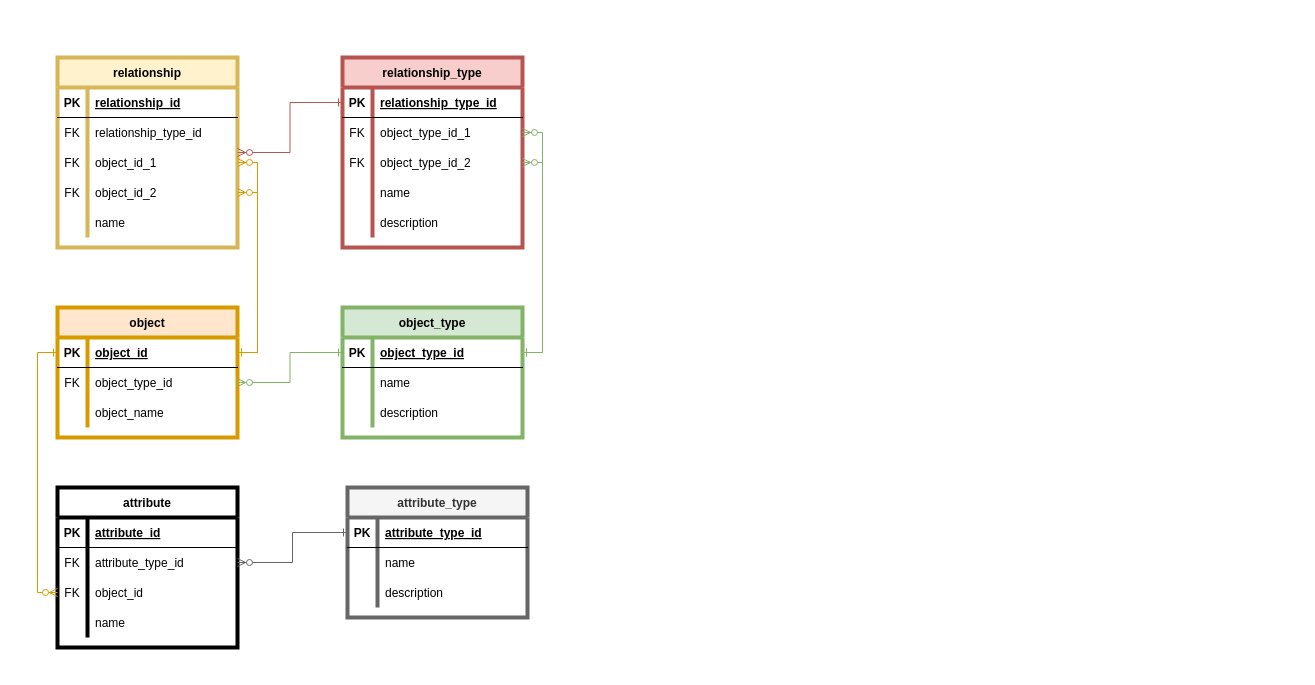
Before: erd.dio in William-Lake/Pectin, a draw.io diagram. Source tidied: cells renumbered, new cells numbered last; positions are measured from the earlier drawing's top-left corner, leaving out a move shared by most shapes. Both pictures are drawn from the tidied source at 100%, with x=0, y=0 at pixel (57, 57).
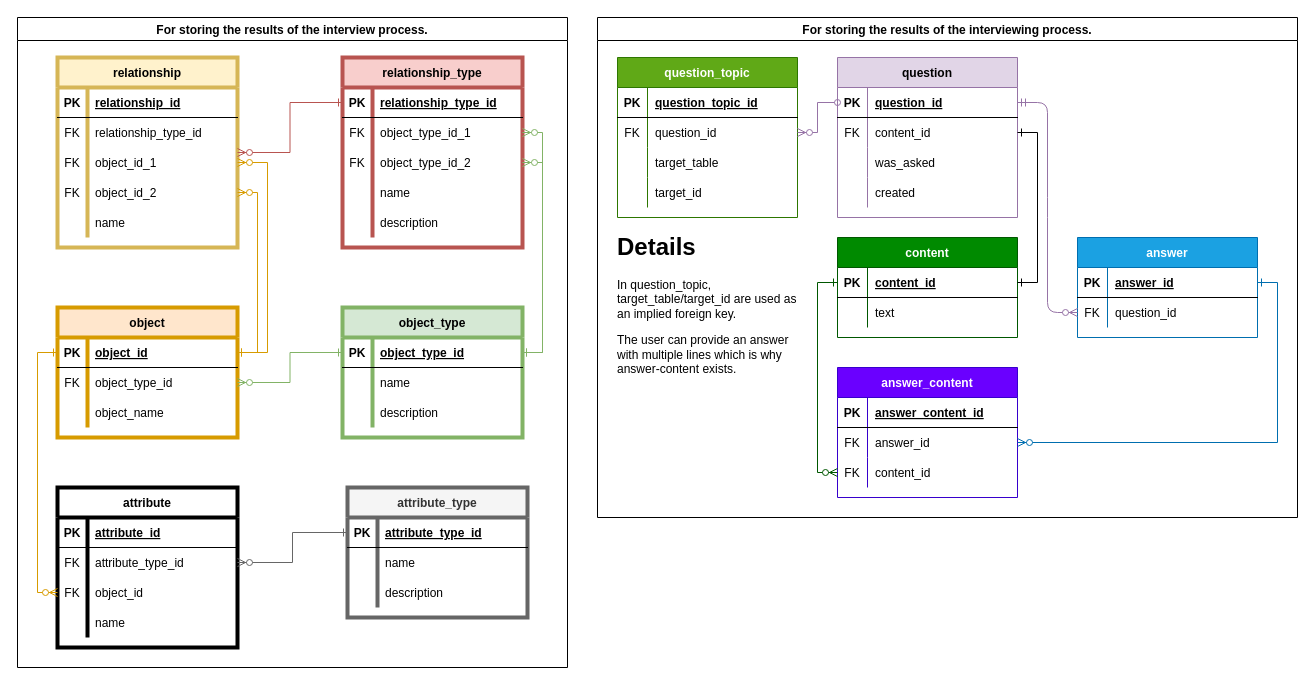
The same diagram, later.

The change refers to these unchanged cells:
```xml
<mxCell id="3" style="shape=partialRectangle;fillColor=none;top=0;left=0;bottom=1;right=0;points=[[0,0.5],[1,0.5]];portConstraint=eastwest;" parent="2" vertex="1">
  <mxGeometry y="30" width="180" height="30" as="geometry" />
</mxCell>
<mxCell id="55" style="shape=partialRectangle;fillColor=none;top=0;left=0;bottom=0;right=0;points=[[0,0.5],[1,0.5]];portConstraint=eastwest;" parent="48" vertex="1">
  <mxGeometry y="90" width="180" height="30" as="geometry" />
</mxCell>
```

Diff of the diagram source:
```diff
@@
+    <mxCell id="85" value="For storing the results of the interview process." style="swimlane;swimlaneFillColor=#ffffff;" parent="1" vertex="1">
+      <mxGeometry x="-40" y="-40" width="550" height="650" as="geometry" />
+    </mxCell>
+    <mxCell id="86" value="For storing the results of the interviewing process." style="swimlane;swimlaneFillColor=#ffffff;" parent="1" vertex="1">
+      <mxGeometry x="540" y="-40" width="700" height="500" as="geometry" />
+    </mxCell>
+    <mxCell id="87" value="&lt;h1&gt;Details&lt;/h1&gt;&lt;p&gt;In question_topic, target_table/target_id are used as an implied foreign key.&lt;/p&gt;&lt;p&gt;The user can provide an answer with multiple lines which is why answer-content exists.&lt;/p&gt;" style="text;html=1;strokeColor=none;fillColor=none;spacing=5;spacingTop=-20;whiteSpace=wrap;overflow=hidden;rounded=0;" parent="86" vertex="1">
+      <mxGeometry x="15" y="210" width="190" height="270" as="geometry" />
+    </mxCell>
@@
     <mxCell id="65" style="edgeStyle=orthogonalEdgeStyle;rounded=0;jettySize=auto;html=1;exitX=1;exitY=0.5;exitDx=0;exitDy=0;entryX=1;entryY=0.5;entryDx=0;entryDy=0;startArrow=ERone;startFill=0;endArrow=ERzeroToMany;endFill=1;strokeWidth=1;fillColor=#ffe6cc;strokeColor=#d79b00;" parent="1" edge="1" source="3" target="55">
-      <mxGeometry relative="1" as="geometry" />
+      <mxGeometry relative="1" as="geometry">
+        <Array as="points">
+          <mxPoint x="210" y="295" />
+          <mxPoint x="210" y="105" />
+        </Array>
+      </mxGeometry>
     </mxCell>
@@
+    <mxCell id="88" value="question" style="shape=table;startSize=30;childLayout=tableLayout;rowLines=0;fontStyle=1;align=center;fillColor=#e1d5e7;strokeColor=#9673a6;" parent="1" vertex="1">
+      <mxGeometry x="780" width="180" height="160" as="geometry" />
+    </mxCell>
+    <mxCell id="89" style="shape=partialRectangle;fillColor=none;top=0;left=0;bottom=1;right=0;points=[[0,0.5],[1,0.5]];portConstraint=eastwest;" parent="88" vertex="1">
+      <mxGeometry y="30" width="180" height="30" as="geometry" />
+    </mxCell>
+    <mxCell id="90" value="PK" style="shape=partialRectangle;fillColor=none;top=0;left=0;bottom=0;right=0;fontStyle=1;overflow=hidden;" parent="89" vertex="1">
+      <mxGeometry width="30" height="30" as="geometry" />
+    </mxCell>
+    <mxCell id="91" value="question_id" style="shape=partialRectangle;fillColor=none;top=0;left=0;bottom=0;right=0;align=left;spacingLeft=6;fontStyle=5;overflow=hidden;" parent="89" vertex="1">
+      <mxGeometry x="30" width="150" height="30" as="geometry" />
+    </mxCell>
+    <mxCell id="92" style="shape=partialRectangle;fillColor=none;top=0;left=0;bottom=0;right=0;points=[[0,0.5],[1,0.5]];portConstraint=eastwest;" parent="88" vertex="1">
+      <mxGeometry y="60" width="180" height="30" as="geometry" />
+    </mxCell>
+    <mxCell id="93" value="FK" style="shape=partialRectangle;fillColor=none;top=0;left=0;bottom=0;right=0;overflow=hidden;" parent="92" vertex="1">
+      <mxGeometry width="30" height="30" as="geometry" />
+    </mxCell>
+    <mxCell id="94" value="content_id" style="shape=partialRectangle;fillColor=none;top=0;left=0;bottom=0;right=0;align=left;spacingLeft=6;overflow=hidden;" parent="92" vertex="1">
+      <mxGeometry x="30" width="150" height="30" as="geometry" />
+    </mxCell>
+    <mxCell id="95" style="shape=partialRectangle;fillColor=none;top=0;left=0;bottom=0;right=0;" parent="88" vertex="1">
+      <mxGeometry y="90" width="180" height="30" as="geometry" />
+    </mxCell>
+    <mxCell id="96" style="shape=partialRectangle;fillColor=none;top=0;left=0;bottom=0;right=0;overflow=hidden;" parent="95" vertex="1">
+      <mxGeometry width="30" height="30" as="geometry" />
+    </mxCell>
+    <mxCell id="97" value="was_asked" style="shape=partialRectangle;fillColor=none;top=0;left=0;bottom=0;right=0;align=left;spacingLeft=6;overflow=hidden;" parent="95" vertex="1">
+      <mxGeometry x="30" width="150" height="30" as="geometry" />
+    </mxCell>
+    <mxCell id="98" style="shape=partialRectangle;fillColor=none;top=0;left=0;bottom=0;right=0;" parent="88" vertex="1">
+      <mxGeometry y="120" width="180" height="30" as="geometry" />
+    </mxCell>
+    <mxCell id="99" style="shape=partialRectangle;fillColor=none;top=0;left=0;bottom=0;right=0;overflow=hidden;" parent="98" vertex="1">
+      <mxGeometry width="30" height="30" as="geometry" />
+    </mxCell>
+    <mxCell id="100" value="created" style="shape=partialRectangle;fillColor=none;top=0;left=0;bottom=0;right=0;align=left;spacingLeft=6;overflow=hidden;" parent="98" vertex="1">
+      <mxGeometry x="30" width="150" height="30" as="geometry" />
+    </mxCell>
+    <mxCell id="101" value="question_topic" style="shape=table;startSize=30;childLayout=tableLayout;rowLines=0;fontStyle=1;align=center;fillColor=#60a917;strokeColor=#2D7600;fontColor=#ffffff;" parent="1" vertex="1">
+      <mxGeometry x="560" width="180" height="160" as="geometry" />
+    </mxCell>
+    <mxCell id="102" style="shape=partialRectangle;fillColor=none;top=0;left=0;bottom=1;right=0;" parent="101" vertex="1">
+      <mxGeometry y="30" width="180" height="30" as="geometry" />
+    </mxCell>
+    <mxCell id="103" value="PK" style="shape=partialRectangle;fillColor=none;top=0;left=0;bottom=0;right=0;fontStyle=1;overflow=hidden;" parent="102" vertex="1">
+      <mxGeometry width="30" height="30" as="geometry" />
+    </mxCell>
+    <mxCell id="104" value="question_topic_id" style="shape=partialRectangle;fillColor=none;top=0;left=0;bottom=0;right=0;align=left;spacingLeft=6;fontStyle=5;overflow=hidden;" parent="102" vertex="1">
+      <mxGeometry x="30" width="150" height="30" as="geometry" />
+    </mxCell>
+    <mxCell id="105" style="shape=partialRectangle;fillColor=none;top=0;left=0;bottom=0;right=0;points=[[0,0.5],[1,0.5]];portConstraint=eastwest;" parent="101" vertex="1">
+      <mxGeometry y="60" width="180" height="30" as="geometry" />
+    </mxCell>
+    <mxCell id="106" value="FK" style="shape=partialRectangle;fillColor=none;top=0;left=0;bottom=0;right=0;overflow=hidden;" parent="105" vertex="1">
+      <mxGeometry width="30" height="30" as="geometry" />
+    </mxCell>
+    <mxCell id="107" value="question_id" style="shape=partialRectangle;fillColor=none;top=0;left=0;bottom=0;right=0;align=left;spacingLeft=6;overflow=hidden;" parent="105" vertex="1">
+      <mxGeometry x="30" width="150" height="30" as="geometry" />
+    </mxCell>
+    <mxCell id="108" style="shape=partialRectangle;fillColor=none;top=0;left=0;bottom=0;right=0;" parent="101" vertex="1">
+      <mxGeometry y="90" width="180" height="30" as="geometry" />
+    </mxCell>
+    <mxCell id="109" style="shape=partialRectangle;fillColor=none;top=0;left=0;bottom=0;right=0;overflow=hidden;" parent="108" vertex="1">
+      <mxGeometry width="30" height="30" as="geometry" />
+    </mxCell>
+    <mxCell id="110" value="target_table" style="shape=partialRectangle;fillColor=none;top=0;left=0;bottom=0;right=0;align=left;spacingLeft=6;overflow=hidden;" parent="108" vertex="1">
+      <mxGeometry x="30" width="150" height="30" as="geometry" />
+    </mxCell>
+    <mxCell id="111" style="shape=partialRectangle;fillColor=none;top=0;left=0;bottom=0;right=0;" parent="101" vertex="1">
+      <mxGeometry y="120" width="180" height="30" as="geometry" />
+    </mxCell>
+    <mxCell id="112" style="shape=partialRectangle;fillColor=none;top=0;left=0;bottom=0;right=0;overflow=hidden;" parent="111" vertex="1">
+      <mxGeometry width="30" height="30" as="geometry" />
+    </mxCell>
+    <mxCell id="113" value="target_id" style="shape=partialRectangle;fillColor=none;top=0;left=0;bottom=0;right=0;align=left;spacingLeft=6;overflow=hidden;" parent="111" vertex="1">
+      <mxGeometry x="30" width="150" height="30" as="geometry" />
+    </mxCell>
+    <mxCell id="114" style="edgeStyle=orthogonalEdgeStyle;rounded=0;jettySize=auto;html=1;exitX=0;exitY=0.5;exitDx=0;exitDy=0;endArrow=ERzeroToMany;endFill=1;startArrow=oval;startFill=0;fillColor=#e1d5e7;strokeColor=#9673a6;" parent="1" edge="1" source="89" target="105">
+      <mxGeometry relative="1" as="geometry" />
+    </mxCell>
+    <mxCell id="115" value="content" style="shape=table;startSize=30;childLayout=tableLayout;rowLines=0;fontStyle=1;align=center;fillColor=#008a00;strokeColor=#005700;fontColor=#ffffff;" parent="1" vertex="1">
+      <mxGeometry x="780" y="180" width="180" height="100" as="geometry" />
+    </mxCell>
+    <mxCell id="116" style="shape=partialRectangle;fillColor=none;top=0;left=0;bottom=1;right=0;points=[[0,0.5],[1,0.5]];portConstraint=eastwest;" parent="115" vertex="1">
+      <mxGeometry y="30" width="180" height="30" as="geometry" />
+    </mxCell>
+    <mxCell id="117" value="PK" style="shape=partialRectangle;fillColor=none;top=0;left=0;bottom=0;right=0;fontStyle=1;overflow=hidden;" parent="116" vertex="1">
+      <mxGeometry width="30" height="30" as="geometry" />
+    </mxCell>
+    <mxCell id="118" value="content_id" style="shape=partialRectangle;fillColor=none;top=0;left=0;bottom=0;right=0;align=left;spacingLeft=6;fontStyle=5;overflow=hidden;" parent="116" vertex="1">
+      <mxGeometry x="30" width="150" height="30" as="geometry" />
+    </mxCell>
+    <mxCell id="119" style="shape=partialRectangle;fillColor=none;top=0;left=0;bottom=0;right=0;" parent="115" vertex="1">
+      <mxGeometry y="60" width="180" height="30" as="geometry" />
+    </mxCell>
+    <mxCell id="120" style="shape=partialRectangle;fillColor=none;top=0;left=0;bottom=0;right=0;overflow=hidden;" parent="119" vertex="1">
+      <mxGeometry width="30" height="30" as="geometry" />
+    </mxCell>
+    <mxCell id="121" value="text" style="shape=partialRectangle;fillColor=none;top=0;left=0;bottom=0;right=0;align=left;spacingLeft=6;overflow=hidden;" parent="119" vertex="1">
+      <mxGeometry x="30" width="150" height="30" as="geometry" />
+    </mxCell>
+    <mxCell id="122" style="edgeStyle=orthogonalEdgeStyle;rounded=0;jettySize=auto;html=1;exitX=1;exitY=0.5;exitDx=0;exitDy=0;startArrow=ERone;startFill=0;endArrow=ERone;endFill=0;" parent="1" edge="1" source="116" target="92">
+      <mxGeometry relative="1" as="geometry" />
+    </mxCell>
+    <mxCell id="123" value="answer" style="shape=table;startSize=30;childLayout=tableLayout;rowLines=0;fontStyle=1;align=center;fillColor=#1ba1e2;strokeColor=#006EAF;fontColor=#ffffff;" parent="1" vertex="1">
+      <mxGeometry x="1020" y="180" width="180" height="100" as="geometry" />
+    </mxCell>
+    <mxCell id="124" style="shape=partialRectangle;fillColor=none;top=0;left=0;bottom=1;right=0;points=[[0,0.5],[1,0.5]];portConstraint=eastwest;" parent="123" vertex="1">
+      <mxGeometry y="30" width="180" height="30" as="geometry" />
+    </mxCell>
+    <mxCell id="125" value="PK" style="shape=partialRectangle;fillColor=none;top=0;left=0;bottom=0;right=0;fontStyle=1;overflow=hidden;" parent="124" vertex="1">
+      <mxGeometry width="30" height="30" as="geometry" />
+    </mxCell>
+    <mxCell id="126" value="answer_id" style="shape=partialRectangle;fillColor=none;top=0;left=0;bottom=0;right=0;align=left;spacingLeft=6;fontStyle=5;overflow=hidden;" parent="124" vertex="1">
+      <mxGeometry x="30" width="150" height="30" as="geometry" />
+    </mxCell>
+    <mxCell id="127" style="shape=partialRectangle;fillColor=none;top=0;left=0;bottom=0;right=0;points=[[0,0.5],[1,0.5]];portConstraint=eastwest;" parent="123" vertex="1">
+      <mxGeometry y="60" width="180" height="30" as="geometry" />
+    </mxCell>
+    <mxCell id="128" value="FK" style="shape=partialRectangle;fillColor=none;top=0;left=0;bottom=0;right=0;overflow=hidden;" parent="127" vertex="1">
+      <mxGeometry width="30" height="30" as="geometry" />
+    </mxCell>
+    <mxCell id="129" value="question_id" style="shape=partialRectangle;fillColor=none;top=0;left=0;bottom=0;right=0;align=left;spacingLeft=6;overflow=hidden;" parent="127" vertex="1">
+      <mxGeometry x="30" width="150" height="30" as="geometry" />
+    </mxCell>
+    <mxCell id="130" style="edgeStyle=entityRelationEdgeStyle;fontSize=12;html=1;endArrow=ERzeroToMany;startArrow=ERmandOne;exitX=1;exitY=0.5;exitDx=0;exitDy=0;entryX=0;entryY=0.5;entryDx=0;entryDy=0;fillColor=#e1d5e7;strokeColor=#9673a6;" parent="1" edge="1" source="89" target="127">
+      <mxGeometry relative="1" as="geometry" />
+    </mxCell>
+    <mxCell id="131" value="answer_content" style="shape=table;startSize=30;childLayout=tableLayout;rowLines=0;fontStyle=1;align=center;fillColor=#6a00ff;strokeColor=#3700CC;fontColor=#ffffff;" parent="1" vertex="1">
+      <mxGeometry x="780" y="310" width="180" height="130" as="geometry" />
+    </mxCell>
+    <mxCell id="132" style="shape=partialRectangle;fillColor=none;top=0;left=0;bottom=1;right=0;" parent="131" vertex="1">
+      <mxGeometry y="30" width="180" height="30" as="geometry" />
+    </mxCell>
+    <mxCell id="133" value="PK" style="shape=partialRectangle;fillColor=none;top=0;left=0;bottom=0;right=0;fontStyle=1;overflow=hidden;" parent="132" vertex="1">
+      <mxGeometry width="30" height="30" as="geometry" />
+    </mxCell>
+    <mxCell id="134" value="answer_content_id" style="shape=partialRectangle;fillColor=none;top=0;left=0;bottom=0;right=0;align=left;spacingLeft=6;fontStyle=5;overflow=hidden;" parent="132" vertex="1">
+      <mxGeometry x="30" width="150" height="30" as="geometry" />
+    </mxCell>
+    <mxCell id="135" style="shape=partialRectangle;fillColor=none;top=0;left=0;bottom=0;right=0;points=[[0,0.5],[1,0.5]];portConstraint=eastwest;" parent="131" vertex="1">
+      <mxGeometry y="60" width="180" height="30" as="geometry" />
+    </mxCell>
+    <mxCell id="136" value="FK" style="shape=partialRectangle;fillColor=none;top=0;left=0;bottom=0;right=0;overflow=hidden;" parent="135" vertex="1">
+      <mxGeometry width="30" height="30" as="geometry" />
+    </mxCell>
+    <mxCell id="137" value="answer_id" style="shape=partialRectangle;fillColor=none;top=0;left=0;bottom=0;right=0;align=left;spacingLeft=6;overflow=hidden;" parent="135" vertex="1">
+      <mxGeometry x="30" width="150" height="30" as="geometry" />
+    </mxCell>
+    <mxCell id="138" style="shape=partialRectangle;fillColor=none;top=0;left=0;bottom=0;right=0;points=[[0,0.5],[1,0.5]];portConstraint=eastwest;" parent="131" vertex="1">
+      <mxGeometry y="90" width="180" height="30" as="geometry" />
+    </mxCell>
+    <mxCell id="139" value="FK" style="shape=partialRectangle;fillColor=none;top=0;left=0;bottom=0;right=0;overflow=hidden;" parent="138" vertex="1">
+      <mxGeometry width="30" height="30" as="geometry" />
+    </mxCell>
+    <mxCell id="140" value="content_id" style="shape=partialRectangle;fillColor=none;top=0;left=0;bottom=0;right=0;align=left;spacingLeft=6;overflow=hidden;" parent="138" vertex="1">
+      <mxGeometry x="30" width="150" height="30" as="geometry" />
+    </mxCell>
+    <mxCell id="141" style="edgeStyle=orthogonalEdgeStyle;rounded=0;jettySize=auto;html=1;exitX=0;exitY=0.5;exitDx=0;exitDy=0;entryX=0;entryY=0.5;entryDx=0;entryDy=0;startArrow=ERone;startFill=0;endArrow=ERzeroToMany;endFill=1;fillColor=#008a00;strokeColor=#005700;" parent="1" edge="1" source="116" target="138">
+      <mxGeometry relative="1" as="geometry" />
+    </mxCell>
+    <mxCell id="142" style="edgeStyle=orthogonalEdgeStyle;rounded=0;jettySize=auto;html=1;exitX=1;exitY=0.5;exitDx=0;exitDy=0;entryX=1;entryY=0.5;entryDx=0;entryDy=0;startArrow=ERone;startFill=0;endArrow=ERzeroToMany;endFill=1;fillColor=#1ba1e2;strokeColor=#006EAF;" parent="1" edge="1" source="124" target="135">
+      <mxGeometry relative="1" as="geometry" />
+    </mxCell>
```
